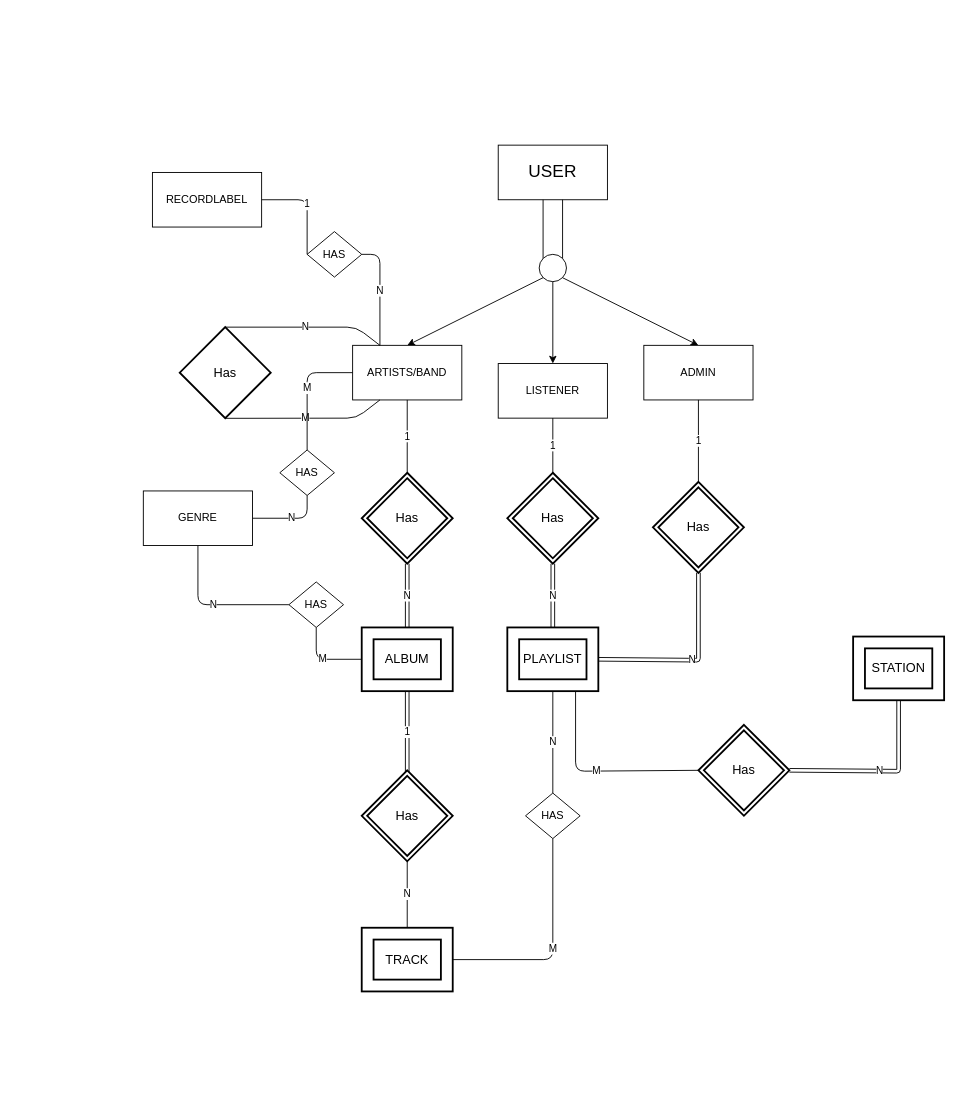
This is Untitled Diagram.drawio from Arianshh/Music_Database, a draw.io file, before an edit. Source tidied: cells renumbered, new cells numbered last; positions are measured from the earlier drawing's top-left corner, leaving out a move shared by most shapes. Both pictures are drawn from the tidied source at 91%, with x=0, y=0 at pixel (143, 145).
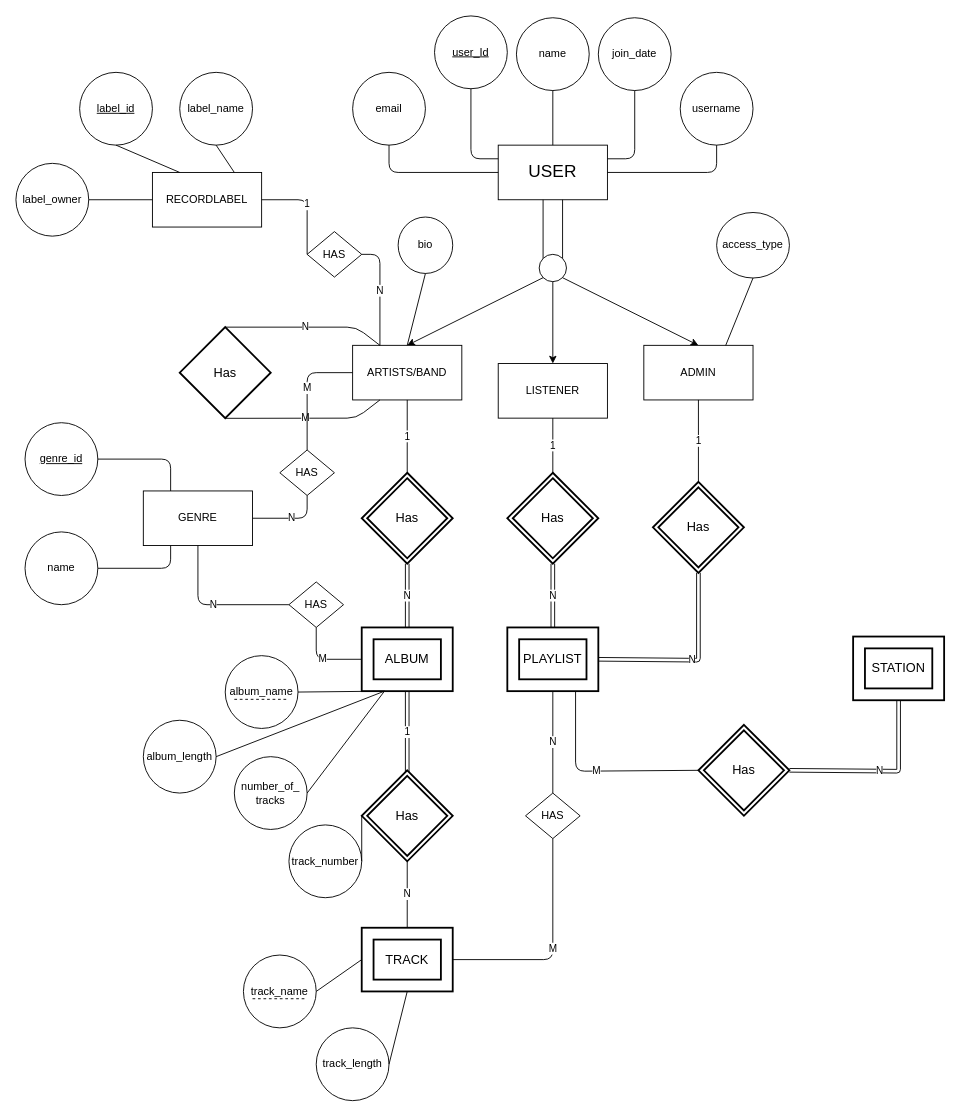
Above is the later version.

Commit message:
Add Attrs to Music-Project Database

Unchanged cells that the change refers to:
```xml
<mxCell id="2" value="&lt;font style=&quot;font-size: 19px&quot;&gt;USER&lt;/font&gt;" style="rounded=0;whiteSpace=wrap;html=1;" parent="1" vertex="1">
  <mxGeometry x="390" width="120" height="60" as="geometry" />
</mxCell>
<mxCell id="8" value="ARTISTS/BAND" style="rounded=0;whiteSpace=wrap;html=1;" parent="1" vertex="1">
  <mxGeometry x="230" y="220" width="120" height="60" as="geometry" />
</mxCell>
<mxCell id="10" value="ADMIN" style="rounded=0;whiteSpace=wrap;html=1;" parent="1" vertex="1">
  <mxGeometry x="550" y="220" width="120" height="60" as="geometry" />
</mxCell>
<mxCell id="17" value="ALBUM" style="shape=ext;strokeWidth=2;margin=10;double=1;whiteSpace=wrap;html=1;align=center;fontSize=14;" parent="1" vertex="1">
  <mxGeometry x="240" y="530" width="100" height="70" as="geometry" />
</mxCell>
<mxCell id="19" value="Has" style="shape=rhombus;double=1;strokeWidth=2;fontSize=17;perimeter=rhombusPerimeter;whiteSpace=wrap;html=1;align=center;fontSize=14;" parent="1" vertex="1">
  <mxGeometry x="240" y="687" width="100" height="100" as="geometry" />
</mxCell>
<mxCell id="20" value="TRACK" style="shape=ext;strokeWidth=2;margin=10;double=1;whiteSpace=wrap;html=1;align=center;fontSize=14;" parent="1" vertex="1">
  <mxGeometry x="240" y="860" width="100" height="70" as="geometry" />
</mxCell>
<mxCell id="22" value="GENRE" style="rounded=0;whiteSpace=wrap;html=1;" parent="1" vertex="1">
  <mxGeometry y="380" width="120" height="60" as="geometry" />
</mxCell>
<mxCell id="29" value="RECORDLABEL" style="rounded=0;whiteSpace=wrap;html=1;" parent="1" vertex="1">
  <mxGeometry x="10" y="30" width="120" height="60" as="geometry" />
</mxCell>
```

The edit, as a diff of the source:
```diff
@@
+    <mxCell id="47" value="&lt;u&gt;user_Id&lt;/u&gt;" style="ellipse;whiteSpace=wrap;html=1;" parent="1" vertex="1">
+      <mxGeometry x="320" y="-142" width="80" height="80" as="geometry" />
+    </mxCell>
+    <mxCell id="48" value="name" style="ellipse;whiteSpace=wrap;html=1;" parent="1" vertex="1">
+      <mxGeometry x="410" y="-140" width="80" height="80" as="geometry" />
+    </mxCell>
+    <mxCell id="49" value="join_date" style="ellipse;whiteSpace=wrap;html=1;" parent="1" vertex="1">
+      <mxGeometry x="500" y="-140" width="80" height="80" as="geometry" />
+    </mxCell>
+    <mxCell id="50" style="endArrow=none;html=1;entryX=0.5;entryY=1;entryDx=0;entryDy=0;exitX=0;exitY=0.25;exitDx=0;exitDy=0;" parent="1" edge="1" source="2" target="47">
+      <mxGeometry relative="1" as="geometry">
+        <Array as="points">
+          <mxPoint x="360" y="15" />
+        </Array>
+      </mxGeometry>
+    </mxCell>
+    <mxCell id="51" style="endArrow=none;html=1;entryX=0.5;entryY=1;entryDx=0;entryDy=0;exitX=0.5;exitY=0;exitDx=0;exitDy=0;" parent="1" edge="1" source="2" target="48">
+      <mxGeometry relative="1" as="geometry" />
+    </mxCell>
+    <mxCell id="52" style="endArrow=none;html=1;entryX=0.5;entryY=1;entryDx=0;entryDy=0;exitX=1;exitY=0.25;exitDx=0;exitDy=0;" parent="1" edge="1" source="2" target="49">
+      <mxGeometry relative="1" as="geometry">
+        <Array as="points">
+          <mxPoint x="540" y="15" />
+        </Array>
+      </mxGeometry>
+    </mxCell>
+    <mxCell id="53" value="username&lt;br&gt;" style="ellipse;whiteSpace=wrap;html=1;" parent="1" vertex="1">
+      <mxGeometry x="590" y="-80" width="80" height="80" as="geometry" />
+    </mxCell>
+    <mxCell id="54" style="endArrow=none;html=1;exitX=1;exitY=0.5;exitDx=0;exitDy=0;entryX=0.5;entryY=1;entryDx=0;entryDy=0;" parent="1" edge="1" source="2" target="53">
+      <mxGeometry relative="1" as="geometry">
+        <Array as="points">
+          <mxPoint x="630" y="30" />
+        </Array>
+      </mxGeometry>
+    </mxCell>
+    <mxCell id="55" value="email&lt;br&gt;" style="ellipse;whiteSpace=wrap;html=1;" parent="1" vertex="1">
+      <mxGeometry x="230" y="-80" width="80" height="80" as="geometry" />
+    </mxCell>
+    <mxCell id="56" style="endArrow=none;html=1;entryX=0.5;entryY=1;entryDx=0;entryDy=0;exitX=0;exitY=0.5;exitDx=0;exitDy=0;" parent="1" edge="1" source="2" target="55">
+      <mxGeometry relative="1" as="geometry">
+        <Array as="points">
+          <mxPoint x="270" y="30" />
+        </Array>
+      </mxGeometry>
+    </mxCell>
+    <mxCell id="57" value="bio" style="ellipse;whiteSpace=wrap;html=1;" parent="1" vertex="1">
+      <mxGeometry x="280" y="79" width="60" height="62" as="geometry" />
+    </mxCell>
+    <mxCell id="58" value="&lt;u&gt;label_id&lt;/u&gt;" style="ellipse;whiteSpace=wrap;html=1;" parent="1" vertex="1">
+      <mxGeometry x="-70" y="-80" width="80" height="80" as="geometry" />
+    </mxCell>
+    <mxCell id="59" value="label_name" style="ellipse;whiteSpace=wrap;html=1;" parent="1" vertex="1">
+      <mxGeometry x="40" y="-80" width="80" height="80" as="geometry" />
+    </mxCell>
+    <mxCell id="60" value="label_owner" style="ellipse;whiteSpace=wrap;html=1;" parent="1" vertex="1">
+      <mxGeometry x="-140" y="20" width="80" height="80" as="geometry" />
+    </mxCell>
+    <mxCell id="61" value="access_type" style="ellipse;whiteSpace=wrap;html=1;" parent="1" vertex="1">
+      <mxGeometry x="630" y="74" width="80" height="72" as="geometry" />
+    </mxCell>
+    <mxCell id="62" value="&lt;u&gt;genre_id&lt;/u&gt;" style="ellipse;whiteSpace=wrap;html=1;" parent="1" vertex="1">
+      <mxGeometry x="-130" y="305" width="80" height="80" as="geometry" />
+    </mxCell>
+    <mxCell id="63" value="name" style="ellipse;whiteSpace=wrap;html=1;" parent="1" vertex="1">
+      <mxGeometry x="-130" y="425" width="80" height="80" as="geometry" />
+    </mxCell>
+    <mxCell id="64" style="endArrow=none;html=1;entryX=1;entryY=0.5;entryDx=0;entryDy=0;exitX=0.25;exitY=1;exitDx=0;exitDy=0;" parent="1" edge="1" source="22" target="63">
+      <mxGeometry relative="1" as="geometry">
+        <Array as="points">
+          <mxPoint x="30" y="465" />
+        </Array>
+      </mxGeometry>
+    </mxCell>
+    <mxCell id="65" style="endArrow=none;html=1;entryX=1;entryY=0.5;entryDx=0;entryDy=0;exitX=0.25;exitY=0;exitDx=0;exitDy=0;" parent="1" edge="1" source="22" target="62">
+      <mxGeometry relative="1" as="geometry">
+        <Array as="points">
+          <mxPoint x="30" y="345" />
+        </Array>
+      </mxGeometry>
+    </mxCell>
+    <mxCell id="66" style="endArrow=none;html=1;entryX=0.5;entryY=1;entryDx=0;entryDy=0;exitX=0.5;exitY=0;exitDx=0;exitDy=0;" parent="1" edge="1" source="8" target="57">
+      <mxGeometry relative="1" as="geometry" />
+    </mxCell>
+    <mxCell id="67" style="endArrow=none;html=1;exitX=1;exitY=0.5;exitDx=0;exitDy=0;entryX=0;entryY=0.5;entryDx=0;entryDy=0;" parent="1" edge="1" source="60" target="29">
+      <mxGeometry relative="1" as="geometry" />
+    </mxCell>
+    <mxCell id="68" style="endArrow=none;html=1;entryX=0.5;entryY=1;entryDx=0;entryDy=0;exitX=0.25;exitY=0;exitDx=0;exitDy=0;" parent="1" edge="1" source="29" target="58">
+      <mxGeometry relative="1" as="geometry" />
+    </mxCell>
+    <mxCell id="69" style="endArrow=none;html=1;entryX=0.5;entryY=1;entryDx=0;entryDy=0;exitX=0.75;exitY=0;exitDx=0;exitDy=0;" parent="1" edge="1" source="29" target="59">
+      <mxGeometry relative="1" as="geometry" />
+    </mxCell>
+    <mxCell id="70" style="endArrow=none;html=1;entryX=0.5;entryY=1;entryDx=0;entryDy=0;exitX=0.75;exitY=0;exitDx=0;exitDy=0;" parent="1" edge="1" source="10" target="61">
+      <mxGeometry relative="1" as="geometry" />
+    </mxCell>
+    <mxCell id="71" value="album_name" style="ellipse;whiteSpace=wrap;html=1;" parent="1" vertex="1">
+      <mxGeometry x="90" y="561" width="80" height="80" as="geometry" />
+    </mxCell>
+    <mxCell id="72" style="endArrow=none;dashed=1;html=1;" parent="1" edge="1">
+      <mxGeometry relative="1" as="geometry">
+        <mxPoint x="100" y="609" as="sourcePoint" />
+        <mxPoint x="160" y="609" as="targetPoint" />
+      </mxGeometry>
+    </mxCell>
+    <mxCell id="73" style="endArrow=none;html=1;entryX=0.25;entryY=1;entryDx=0;entryDy=0;exitX=1;exitY=0.5;exitDx=0;exitDy=0;" parent="1" edge="1" source="71" target="17">
+      <mxGeometry relative="1" as="geometry" />
+    </mxCell>
+    <mxCell id="74" value="number_of_&lt;br&gt;tracks" style="ellipse;whiteSpace=wrap;html=1;" parent="1" vertex="1">
+      <mxGeometry x="100" y="672" width="80" height="80" as="geometry" />
+    </mxCell>
+    <mxCell id="75" value="track_name" style="ellipse;whiteSpace=wrap;html=1;" parent="1" vertex="1">
+      <mxGeometry x="110" y="890" width="80" height="80" as="geometry" />
+    </mxCell>
+    <mxCell id="76" style="endArrow=none;html=1;entryX=0.25;entryY=1;entryDx=0;entryDy=0;exitX=1;exitY=0.5;exitDx=0;exitDy=0;" parent="1" edge="1" source="74" target="17">
+      <mxGeometry relative="1" as="geometry" />
+    </mxCell>
+    <mxCell id="77" value="album_length" style="ellipse;whiteSpace=wrap;html=1;" parent="1" vertex="1">
+      <mxGeometry y="632" width="80" height="80" as="geometry" />
+    </mxCell>
+    <mxCell id="78" style="endArrow=none;html=1;entryX=0.25;entryY=1;entryDx=0;entryDy=0;exitX=1;exitY=0.5;exitDx=0;exitDy=0;" parent="1" edge="1" source="77" target="17">
+      <mxGeometry relative="1" as="geometry" />
+    </mxCell>
+    <mxCell id="79" style="endArrow=none;dashed=1;html=1;" parent="1" edge="1">
+      <mxGeometry relative="1" as="geometry">
+        <mxPoint x="120" y="938" as="sourcePoint" />
+        <mxPoint x="180" y="938" as="targetPoint" />
+      </mxGeometry>
+    </mxCell>
+    <mxCell id="80" value="track_length" style="ellipse;whiteSpace=wrap;html=1;" parent="1" vertex="1">
+      <mxGeometry x="190" y="970" width="80" height="80" as="geometry" />
+    </mxCell>
+    <mxCell id="81" value="track_number" style="ellipse;whiteSpace=wrap;html=1;" parent="1" vertex="1">
+      <mxGeometry x="160" y="747" width="80" height="80" as="geometry" />
+    </mxCell>
+    <mxCell id="82" style="endArrow=none;html=1;exitX=1;exitY=0.5;exitDx=0;exitDy=0;entryX=0;entryY=0.5;entryDx=0;entryDy=0;" parent="1" edge="1" source="81" target="19">
+      <mxGeometry relative="1" as="geometry" />
+    </mxCell>
+    <mxCell id="83" style="endArrow=none;html=1;entryX=0;entryY=0.5;entryDx=0;entryDy=0;exitX=1;exitY=0.5;exitDx=0;exitDy=0;" parent="1" edge="1" source="75" target="20">
+      <mxGeometry relative="1" as="geometry" />
+    </mxCell>
+    <mxCell id="84" style="endArrow=none;html=1;entryX=0.5;entryY=1;entryDx=0;entryDy=0;exitX=1;exitY=0.5;exitDx=0;exitDy=0;" parent="1" edge="1" source="80" target="20">
+      <mxGeometry relative="1" as="geometry" />
+    </mxCell>
```
